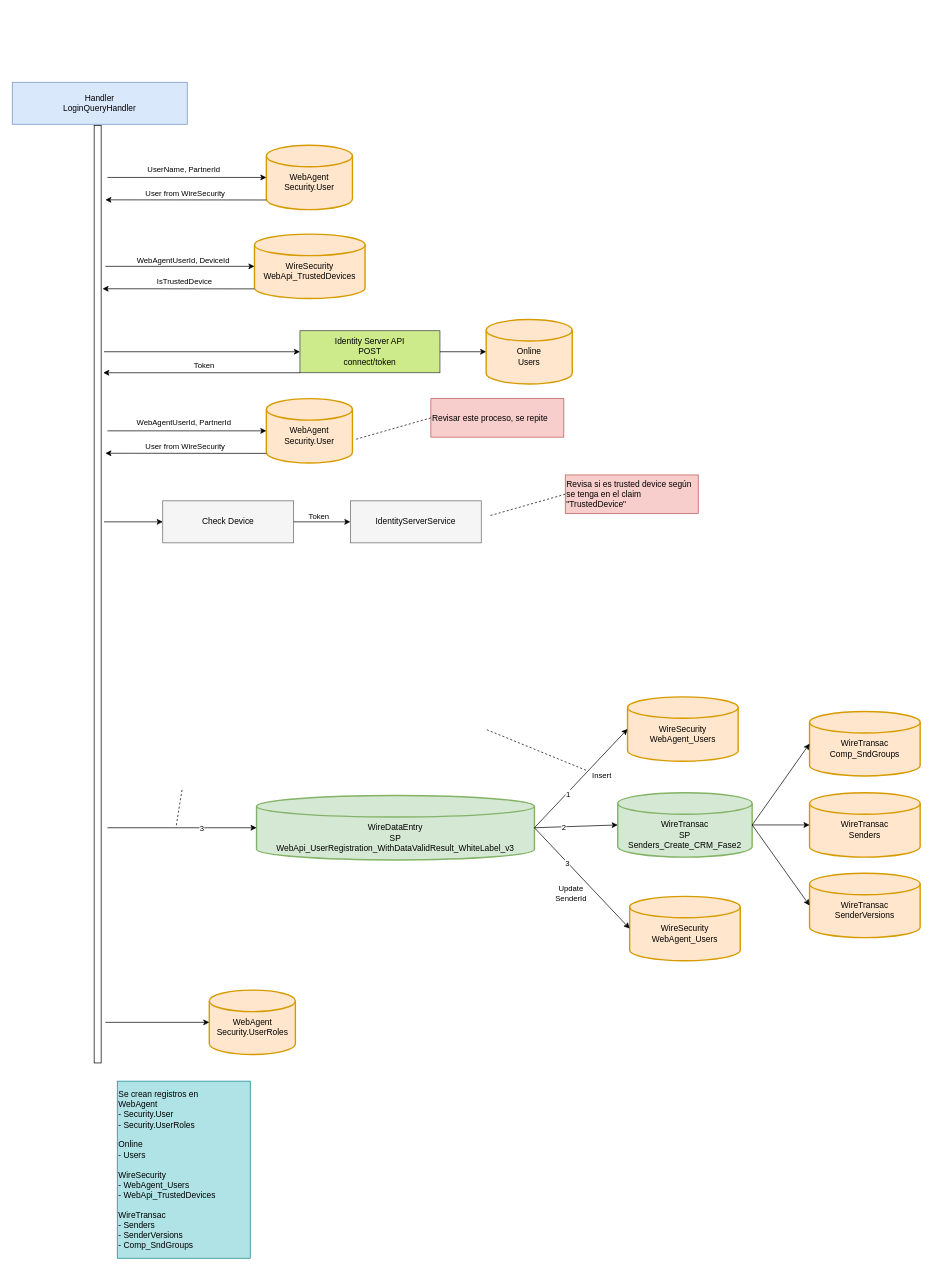
notariopablomarcelo/intermex keeps this draw.io diagram as user-api-post-api-auth-login.drawio. Above is the earlier version. Source tidied: cells renumbered, new cells numbered last; positions are measured from the earlier drawing's top-left corner, leaving out a move shared by most shapes. Both pictures are drawn from the tidied source at 70%, with x=0, y=0 at pixel (12, 82).
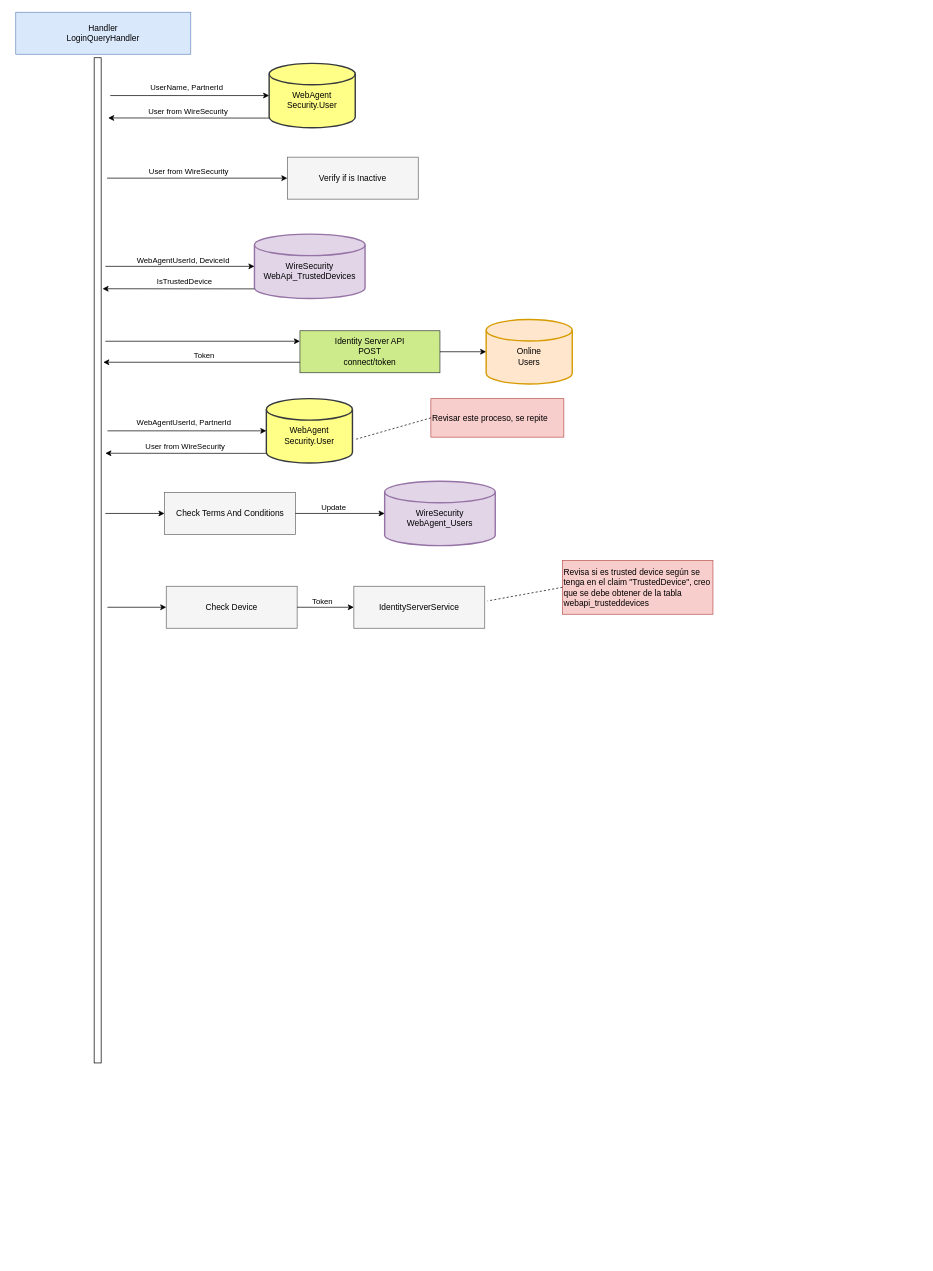
Above is the later version.

The change refers to these unchanged cells:
```xml
<mxCell id="3" value="&lt;font color=&quot;#000000&quot;&gt;Identity Server API&lt;br&gt;POST&lt;br&gt;connect/token&lt;/font&gt;" style="rounded=0;whiteSpace=wrap;html=1;fillColor=#cdeb8b;strokeColor=#36393d;" parent="1" vertex="1">
  <mxGeometry x="411" y="355" width="200" height="60" as="geometry" />
</mxCell>
```

Diff of the diagram source:
```diff
@@
-    <mxCell id="2" value="&lt;br&gt;WebAgent&lt;br&gt;Security.User" style="strokeWidth=2;html=1;shape=mxgraph.flowchart.database;whiteSpace=wrap;fillColor=#ffe6cc;strokeColor=#d79b00;" parent="1" vertex="1">
-      <mxGeometry x="363" y="90" width="123" height="92" as="geometry" />
+    <mxCell id="2" value="&lt;br&gt;WebAgent&lt;br&gt;Security.User" style="strokeWidth=2;html=1;shape=mxgraph.flowchart.database;whiteSpace=wrap;fillColor=#ffff88;strokeColor=#36393d;" parent="1" vertex="1">
+      <mxGeometry x="367" y="-27" width="123" height="92" as="geometry" />
     </mxCell>
@@
-    <mxCell id="4" style="endArrow=classic;html=1;rounded=0;entryX=0;entryY=0.5;entryDx=0;entryDy=0;" parent="1" edge="1" target="3">
+    <mxCell id="4" style="endArrow=classic;html=1;rounded=0;entryX=0;entryY=0.25;entryDx=0;entryDy=0;" parent="1" edge="1" target="3">
       <mxGeometry relative="1" as="geometry">
-        <mxPoint x="131" y="385" as="sourcePoint" />
+        <mxPoint x="133" y="370" as="sourcePoint" />
       </mxGeometry>
     </mxCell>
@@
-    <mxCell id="6" value="&lt;br&gt;&lt;br&gt;WireDataEntry&lt;br&gt;SP&lt;br&gt;WebApi_UserRegistration_WithDataValidResult_WhiteLabel_v3" style="strokeWidth=2;html=1;shape=mxgraph.flowchart.database;whiteSpace=wrap;fillColor=#d5e8d4;strokeColor=#82b366;" parent="1" vertex="1">
-      <mxGeometry x="349" y="1019" width="397" height="92" as="geometry" />
-    </mxCell>
-    <mxCell id="7" value="&lt;br&gt;WireSecurity&lt;br&gt;WebApi_TrustedDevices" style="strokeWidth=2;html=1;shape=mxgraph.flowchart.database;whiteSpace=wrap;fillColor=#ffe6cc;strokeColor=#d79b00;" parent="1" vertex="1">
+    <mxCell id="7" value="&lt;br&gt;WireSecurity&lt;br&gt;WebApi_TrustedDevices" style="strokeWidth=2;html=1;shape=mxgraph.flowchart.database;whiteSpace=wrap;fillColor=#e1d5e7;strokeColor=#9673a6;" parent="1" vertex="1">
       <mxGeometry x="346" y="217" width="158" height="92" as="geometry" />
     </mxCell>
-    <mxCell id="8" value="&lt;br&gt;WebAgent&lt;br&gt;Security.UserRoles" style="strokeWidth=2;html=1;shape=mxgraph.flowchart.database;whiteSpace=wrap;fillColor=#ffe6cc;strokeColor=#d79b00;" parent="1" vertex="1">
-      <mxGeometry x="281.5" y="1297" width="123" height="92" as="geometry" />
-    </mxCell>
@@
     <mxCell id="10" style="endArrow=classic;html=1;rounded=0;entryX=0;entryY=0.5;entryDx=0;entryDy=0;entryPerimeter=0;" parent="1" edge="1" target="2">
       <mxGeometry relative="1" as="geometry">
-        <mxPoint x="136" y="136" as="sourcePoint" />
+        <mxPoint x="140" y="19" as="sourcePoint" />
       </mxGeometry>
     </mxCell>
@@
     <mxCell id="12" style="endArrow=classic;html=1;rounded=0;exitX=0;exitY=0.85;exitDx=0;exitDy=0;exitPerimeter=0;" parent="1" edge="1" source="2">
       <mxGeometry relative="1" as="geometry">
-        <mxPoint x="133" y="168" as="targetPoint" />
+        <mxPoint x="137" y="51" as="targetPoint" />
       </mxGeometry>
     </mxCell>
@@
     <mxCell id="14" value="&lt;font color=&quot;#000000&quot;&gt;Handler&lt;br&gt;LoginQueryHandler&lt;br&gt;&lt;/font&gt;" style="rounded=0;whiteSpace=wrap;html=1;fillColor=#dae8fc;strokeColor=#6c8ebf;" parent="1" vertex="1">
-      <mxGeometry width="250" height="60" as="geometry" />
+      <mxGeometry x="5" y="-100" width="250" height="60" as="geometry" />
     </mxCell>
     <mxCell id="15" style="html=1;perimeter=orthogonalPerimeter;targetShapes=umlLifeline;newEdgeStyle={&quot;edgeStyle&quot;:&quot;elbowEdgeStyle&quot;,&quot;elbow&quot;:&quot;vertical&quot;,&quot;curved&quot;:0,&quot;rounded&quot;:0};" parent="1" vertex="1">
-      <mxGeometry x="117" y="62" width="10" height="1339" as="geometry" />
+      <mxGeometry x="117" y="-35" width="10" height="1436" as="geometry" />
     </mxCell>
-    <mxCell id="16" style="endArrow=classic;html=1;rounded=0;entryX=0;entryY=0.5;entryDx=0;entryDy=0;entryPerimeter=0;" parent="1" edge="1" target="6">
-      <mxGeometry relative="1" as="geometry">
-        <mxPoint x="136" y="1065" as="sourcePoint" />
-      </mxGeometry>
-    </mxCell>
-    <mxCell id="17" value="3" style="edgeLabel;html=1;align=center;verticalAlign=middle;" parent="16" vertex="1">
-      <mxGeometry x="0.26" relative="1" as="geometry" />
-    </mxCell>
-    <mxCell id="18" style="endArrow=none;dashed=1;html=1;rounded=0;exitX=0.5;exitY=1;exitDx=0;exitDy=0;" parent="1" edge="1">
-      <mxGeometry relative="1" as="geometry">
-        <mxPoint x="242.5" y="1011" as="sourcePoint" />
-        <mxPoint x="234" y="1064" as="targetPoint" />
-      </mxGeometry>
-    </mxCell>
-    <mxCell id="19" value="&lt;br&gt;WireSecurity&lt;br&gt;WebAgent_Users" style="strokeWidth=2;html=1;shape=mxgraph.flowchart.database;whiteSpace=wrap;fillColor=#ffe6cc;strokeColor=#d79b00;" parent="1" vertex="1">
-      <mxGeometry x="879" y="878" width="158" height="92" as="geometry" />
-    </mxCell>
-    <mxCell id="20" style="endArrow=classic;html=1;rounded=0;exitX=1;exitY=0.5;exitDx=0;exitDy=0;exitPerimeter=0;entryX=0;entryY=0.5;entryDx=0;entryDy=0;entryPerimeter=0;" parent="1" edge="1" source="6" target="19">
-      <mxGeometry relative="1" as="geometry" />
-    </mxCell>
-    <mxCell id="21" value="Insert" style="edgeLabel;html=1;align=center;verticalAlign=middle;" parent="20" vertex="1">
-      <mxGeometry x="-0.23" y="-4" relative="1" as="geometry">
-        <mxPoint x="41" y="-23" as="offset" />
-      </mxGeometry>
-    </mxCell>
-    <mxCell id="22" value="1" style="edgeLabel;html=1;align=center;verticalAlign=middle;" parent="20" vertex="1">
-      <mxGeometry x="-0.3" y="-1" relative="1" as="geometry" />
-    </mxCell>
-    <mxCell id="23" value="&lt;br&gt;&lt;br&gt;WireTransac&lt;br&gt;SP&lt;br&gt;Senders_Create_CRM_Fase2" style="strokeWidth=2;html=1;shape=mxgraph.flowchart.database;whiteSpace=wrap;fillColor=#d5e8d4;strokeColor=#82b366;" parent="1" vertex="1">
-      <mxGeometry x="865" y="1015" width="192" height="92" as="geometry" />
-    </mxCell>
-    <mxCell id="24" style="endArrow=classic;html=1;rounded=0;exitX=1;exitY=0.5;exitDx=0;exitDy=0;exitPerimeter=0;entryX=0;entryY=0.5;entryDx=0;entryDy=0;entryPerimeter=0;" parent="1" edge="1" source="6" target="23">
-      <mxGeometry relative="1" as="geometry" />
-    </mxCell>
-    <mxCell id="25" value="2" style="edgeLabel;html=1;align=center;verticalAlign=middle;" parent="24" vertex="1">
-      <mxGeometry x="-0.31" relative="1" as="geometry">
-        <mxPoint x="1" as="offset" />
-      </mxGeometry>
-    </mxCell>
-    <mxCell id="26" value="&lt;br&gt;WireTransac&lt;br&gt;Comp_SndGroups" style="strokeWidth=2;html=1;shape=mxgraph.flowchart.database;whiteSpace=wrap;fillColor=#ffe6cc;strokeColor=#d79b00;" parent="1" vertex="1">
-      <mxGeometry x="1139" y="899" width="158" height="92" as="geometry" />
-    </mxCell>
-    <mxCell id="27" style="endArrow=classic;html=1;rounded=0;exitX=1;exitY=0.5;exitDx=0;exitDy=0;exitPerimeter=0;entryX=0;entryY=0.5;entryDx=0;entryDy=0;entryPerimeter=0;" parent="1" edge="1" source="23" target="26">
-      <mxGeometry relative="1" as="geometry" />
-    </mxCell>
-    <mxCell id="28" value="&lt;br&gt;WireTransac&lt;br&gt;Senders" style="strokeWidth=2;html=1;shape=mxgraph.flowchart.database;whiteSpace=wrap;fillColor=#ffe6cc;strokeColor=#d79b00;" parent="1" vertex="1">
-      <mxGeometry x="1139" y="1015" width="158" height="92" as="geometry" />
-    </mxCell>
-    <mxCell id="29" style="endArrow=classic;html=1;rounded=0;exitX=1;exitY=0.5;exitDx=0;exitDy=0;exitPerimeter=0;entryX=0;entryY=0.5;entryDx=0;entryDy=0;entryPerimeter=0;" parent="1" edge="1" source="23" target="28">
-      <mxGeometry relative="1" as="geometry" />
-    </mxCell>
-    <mxCell id="30" value="&lt;br&gt;WireTransac&lt;br&gt;SenderVersions" style="strokeWidth=2;html=1;shape=mxgraph.flowchart.database;whiteSpace=wrap;fillColor=#ffe6cc;strokeColor=#d79b00;" parent="1" vertex="1">
-      <mxGeometry x="1139" y="1130" width="158" height="92" as="geometry" />
-    </mxCell>
-    <mxCell id="31" style="endArrow=classic;html=1;rounded=0;exitX=1;exitY=0.5;exitDx=0;exitDy=0;exitPerimeter=0;entryX=0;entryY=0.5;entryDx=0;entryDy=0;entryPerimeter=0;" parent="1" edge="1" source="23" target="30">
-      <mxGeometry relative="1" as="geometry" />
-    </mxCell>
-    <mxCell id="32" style="endArrow=none;dashed=1;html=1;rounded=0;exitX=0.5;exitY=1;exitDx=0;exitDy=0;" parent="1" edge="1">
-      <mxGeometry relative="1" as="geometry">
-        <mxPoint x="678" y="925" as="sourcePoint" />
-        <mxPoint x="820" y="983" as="targetPoint" />
-      </mxGeometry>
-    </mxCell>
-    <mxCell id="33" value="&lt;br&gt;WireSecurity&lt;br&gt;WebAgent_Users" style="strokeWidth=2;html=1;shape=mxgraph.flowchart.database;whiteSpace=wrap;fillColor=#ffe6cc;strokeColor=#d79b00;" parent="1" vertex="1">
-      <mxGeometry x="882" y="1163" width="158" height="92" as="geometry" />
-    </mxCell>
-    <mxCell id="34" style="endArrow=classic;html=1;rounded=0;exitX=1;exitY=0.5;exitDx=0;exitDy=0;exitPerimeter=0;entryX=0;entryY=0.5;entryDx=0;entryDy=0;entryPerimeter=0;" parent="1" edge="1" source="6" target="33">
-      <mxGeometry relative="1" as="geometry" />
-    </mxCell>
-    <mxCell id="35" value="Update&lt;br&gt;SenderId" style="edgeLabel;html=1;align=center;verticalAlign=middle;" parent="34" vertex="1">
-      <mxGeometry x="-0.23" y="-4" relative="1" as="geometry">
-        <mxPoint x="2" y="36" as="offset" />
-      </mxGeometry>
-    </mxCell>
-    <mxCell id="36" value="3" style="edgeLabel;html=1;align=center;verticalAlign=middle;" parent="34" vertex="1">
-      <mxGeometry x="-0.3" y="-1" relative="1" as="geometry" />
-    </mxCell>
@@
-    <mxCell id="39" style="endArrow=classic;html=1;rounded=0;entryX=0;entryY=0.5;entryDx=0;entryDy=0;entryPerimeter=0;" parent="1" edge="1" target="8">
-      <mxGeometry relative="1" as="geometry">
-        <mxPoint x="133" y="1343" as="sourcePoint" />
-      </mxGeometry>
-    </mxCell>
-    <mxCell id="40" value="Se crean registros en&lt;br&gt;WebAgent&lt;br&gt;- Security.User&lt;br&gt;- Security.UserRoles&lt;br&gt;&lt;br&gt;Online&lt;br&gt;- Users&lt;br&gt;&lt;br&gt;WireSecurity&lt;br&gt;- WebAgent_Users&lt;br&gt;- WebApi_TrustedDevices&lt;br&gt;&lt;br&gt;WireTransac&lt;br&gt;- Senders&lt;br&gt;- SenderVersions&lt;br&gt;- Comp_SndGroups&lt;br&gt;" style="text;html=1;strokeColor=#0e8088;fillColor=#b0e3e6;align=left;verticalAlign=middle;whiteSpace=wrap;rounded=0;" parent="1" vertex="1">
-      <mxGeometry x="150" y="1427" width="190" height="253" as="geometry" />
-    </mxCell>
@@
-    <mxCell id="43" value="&lt;br&gt;WebAgent&lt;br&gt;Security.User" style="strokeWidth=2;html=1;shape=mxgraph.flowchart.database;whiteSpace=wrap;fillColor=#ffe6cc;strokeColor=#d79b00;" parent="1" vertex="1">
+    <mxCell id="43" value="&lt;br&gt;WebAgent&lt;br&gt;Security.User" style="strokeWidth=2;html=1;shape=mxgraph.flowchart.database;whiteSpace=wrap;fillColor=#ffff88;strokeColor=#36393d;" parent="1" vertex="1">
       <mxGeometry x="363" y="452" width="123" height="92" as="geometry" />
     </mxCell>
@@
     <mxCell id="50" value="&lt;font color=&quot;#000000&quot;&gt;Check Device&lt;br&gt;&lt;/font&gt;" style="rounded=0;whiteSpace=wrap;html=1;fillColor=#f5f5f5;strokeColor=#666666;fontColor=#333333;" parent="1" vertex="1">
-      <mxGeometry x="215" y="598" width="187" height="60" as="geometry" />
+      <mxGeometry x="220" y="720" width="187" height="60" as="geometry" />
     </mxCell>
     <mxCell id="51" style="endArrow=classic;html=1;rounded=0;entryX=0;entryY=0.5;entryDx=0;entryDy=0;" parent="1" edge="1" target="50">
       <mxGeometry relative="1" as="geometry">
-        <mxPoint x="131" y="628" as="sourcePoint" />
+        <mxPoint x="136" y="750" as="sourcePoint" />
       </mxGeometry>
     </mxCell>
-    <mxCell id="52" value="Revisa si es trusted device según se tenga en el claim &quot;TrustedDevice&quot;" style="text;html=1;strokeColor=#b85450;fillColor=#f8cecc;align=left;verticalAlign=middle;whiteSpace=wrap;rounded=0;" parent="1" vertex="1">
-      <mxGeometry x="790" y="561" width="190" height="55" as="geometry" />
+    <mxCell id="52" value="Revisa si es trusted device según se tenga en el claim &quot;TrustedDevice&quot;, creo que se debe obtener de la tabla webapi_trusteddevices" style="text;html=1;strokeColor=#b85450;fillColor=#f8cecc;align=left;verticalAlign=middle;whiteSpace=wrap;rounded=0;" parent="1" vertex="1">
+      <mxGeometry x="786" y="683" width="215" height="77" as="geometry" />
     </mxCell>
     <mxCell id="53" style="endArrow=none;dashed=1;html=1;rounded=0;exitX=0;exitY=0.5;exitDx=0;exitDy=0;" parent="1" edge="1" source="52">
       <mxGeometry relative="1" as="geometry">
-        <mxPoint x="683" y="619" as="targetPoint" />
+        <mxPoint x="679" y="741" as="targetPoint" />
       </mxGeometry>
     </mxCell>
     <mxCell id="54" value="&lt;font color=&quot;#000000&quot;&gt;IdentityServerService&lt;br&gt;&lt;/font&gt;" style="rounded=0;whiteSpace=wrap;html=1;fillColor=#f5f5f5;strokeColor=#666666;fontColor=#333333;" parent="1" vertex="1">
-      <mxGeometry x="483" y="598" width="187" height="60" as="geometry" />
+      <mxGeometry x="488" y="720" width="187" height="60" as="geometry" />
     </mxCell>
@@
-    <mxCell id="57" style="endArrow=classic;html=1;rounded=0;exitX=0;exitY=1;exitDx=0;exitDy=0;" parent="1" edge="1" source="3">
+    <mxCell id="57" style="endArrow=classic;html=1;rounded=0;exitX=0;exitY=0.75;exitDx=0;exitDy=0;" parent="1" edge="1" source="3">
       <mxGeometry relative="1" as="geometry">
-        <mxPoint x="130" y="415" as="targetPoint" />
+        <mxPoint x="130" y="400" as="targetPoint" />
       </mxGeometry>
     </mxCell>
@@
+    <mxCell id="59" value="&lt;font color=&quot;#000000&quot;&gt;Check Terms And Conditions&lt;br&gt;&lt;/font&gt;" style="rounded=0;whiteSpace=wrap;html=1;fillColor=#f5f5f5;strokeColor=#666666;fontColor=#333333;" parent="1" vertex="1">
+      <mxGeometry x="217.5" y="586" width="187" height="60" as="geometry" />
+    </mxCell>
+    <mxCell id="60" style="endArrow=classic;html=1;rounded=0;entryX=0;entryY=0.5;entryDx=0;entryDy=0;" parent="1" edge="1" target="59">
+      <mxGeometry relative="1" as="geometry">
+        <mxPoint x="133" y="616" as="sourcePoint" />
+      </mxGeometry>
+    </mxCell>
+    <mxCell id="61" value="&lt;br&gt;WireSecurity&lt;br&gt;WebAgent_Users" style="strokeWidth=2;html=1;shape=mxgraph.flowchart.database;whiteSpace=wrap;fillColor=#e1d5e7;strokeColor=#9673a6;" parent="1" vertex="1">
+      <mxGeometry x="532" y="570" width="158" height="92" as="geometry" />
+    </mxCell>
+    <mxCell id="62" style="endArrow=classic;html=1;rounded=0;entryX=0;entryY=0.5;entryDx=0;entryDy=0;entryPerimeter=0;exitX=1;exitY=0.5;exitDx=0;exitDy=0;" parent="1" edge="1" source="59" target="61">
+      <mxGeometry relative="1" as="geometry" />
+    </mxCell>
+    <mxCell id="63" value="Update" style="edgeLabel;html=1;align=center;verticalAlign=middle;" parent="62" vertex="1">
+      <mxGeometry x="-0.58" y="-3" relative="1" as="geometry">
+        <mxPoint x="27" y="-13" as="offset" />
+      </mxGeometry>
+    </mxCell>
+    <mxCell id="64" value="&lt;font color=&quot;#000000&quot;&gt;Verify if is Inactive&lt;br&gt;&lt;/font&gt;" style="rounded=0;whiteSpace=wrap;html=1;fillColor=#f5f5f5;strokeColor=#666666;fontColor=#333333;" parent="1" vertex="1">
+      <mxGeometry x="393" y="107" width="187" height="60" as="geometry" />
+    </mxCell>
+    <mxCell id="65" style="endArrow=classic;html=1;rounded=0;entryX=0;entryY=0.5;entryDx=0;entryDy=0;" parent="1" edge="1" target="64">
+      <mxGeometry relative="1" as="geometry">
+        <mxPoint x="135.5" y="137" as="sourcePoint" />
+      </mxGeometry>
+    </mxCell>
+    <mxCell id="66" value="User from WireSecurity" style="edgeLabel;html=1;align=center;verticalAlign=middle;" parent="65" vertex="1">
+      <mxGeometry x="-0.28" y="2" relative="1" as="geometry">
+        <mxPoint x="23" y="-8" as="offset" />
+      </mxGeometry>
+    </mxCell>
```
